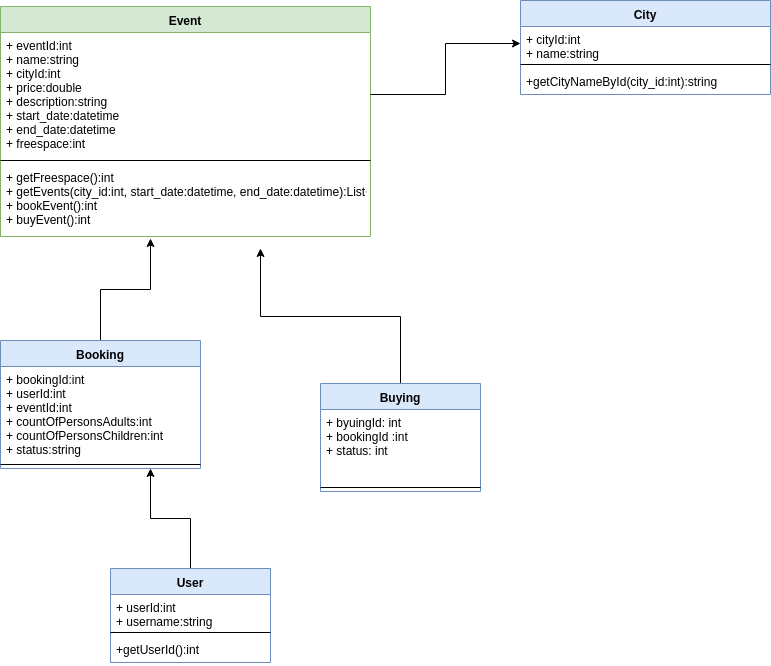
The draw.io diagram classDiagram.png in csu-iit-2019-1/events, before a commit. Source tidied: cells renumbered, new cells last; positions are measured from the earlier drawing's top-left corner, leaving out a move shared by most shapes.
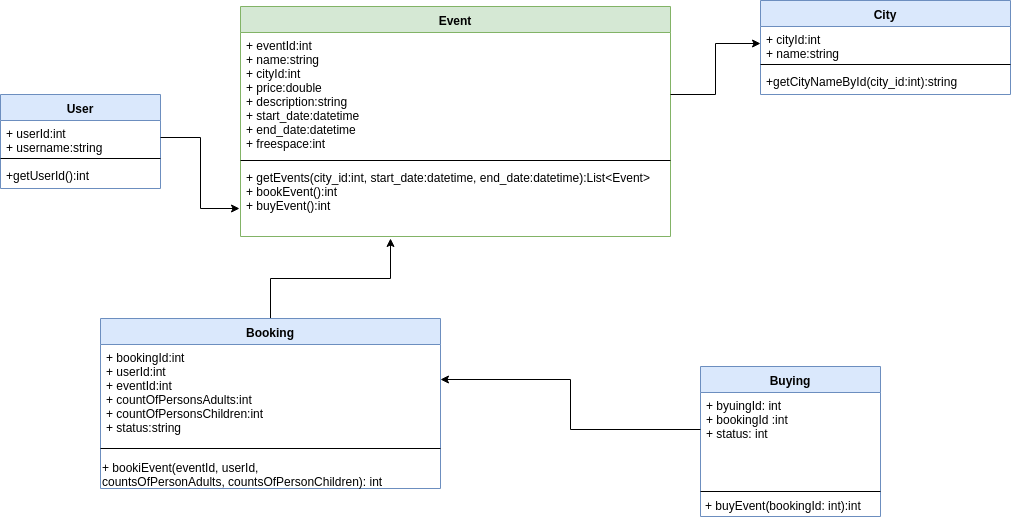
Later version of the same file.

Diff of the diagram source:
```diff
@@ -3,16 +3,16 @@
     <mxCell id="0" />
     <mxCell id="1" parent="0" />
     <mxCell id="2" value="Event" style="swimlane;fontStyle=1;align=center;verticalAlign=top;horizontal=1;startSize=26;fillColor=#d5e8d4;strokeColor=#82b366;" parent="1" vertex="1">
-      <mxGeometry y="6" width="370" height="230" as="geometry" />
+      <mxGeometry y="6" width="430" height="230" as="geometry" />
     </mxCell>
-    <mxCell id="3" value="+ eventId:int&#10;+ name:string&#10;+ cityId:int&#10;+ price:double&#10;+ description:string&#10;+ start_date:datetime&#10;+ end_date:datetime&#10;+ freespace:int&#10;" style="text;strokeColor=none;fillColor=none;align=left;verticalAlign=top;spacingLeft=4;spacingRight=4;overflow=hidden;points=[[0,0.5],[1,0.5]];portConstraint=eastwest;" parent="2" vertex="1">
-      <mxGeometry y="26" width="370" height="124" as="geometry" />
+    <mxCell id="3" value="+ eventId:int&#10;+ name:string&#10;+ cityId:int&#10;+ price:double&#10;+ description:string&#10;+ start_date:datetime&#10;+ end_date:datetime&#10;+ freespace:int&#10;&#10;" style="text;strokeColor=none;fillColor=none;align=left;verticalAlign=top;spacingLeft=4;spacingRight=4;overflow=hidden;points=[[0,0.5],[1,0.5]];portConstraint=eastwest;" parent="2" vertex="1">
+      <mxGeometry y="26" width="430" height="124" as="geometry" />
     </mxCell>
     <mxCell id="4" style="line;strokeWidth=1;fillColor=none;align=left;verticalAlign=middle;spacingTop=-1;spacingLeft=3;spacingRight=3;labelPosition=right;" parent="2" vertex="1">
-      <mxGeometry y="150" width="370" height="8" as="geometry" />
+      <mxGeometry y="150" width="430" height="8" as="geometry" />
     </mxCell>
-    <mxCell id="5" value="+ getFreespace():int&#10;+ getEvents(city_id:int, start_date:datetime, end_date:datetime):List&lt;Event&gt;&#10;+ bookEvent():int&#10;+ buyEvent():int" style="text;strokeColor=none;fillColor=none;align=left;verticalAlign=top;spacingLeft=4;spacingRight=4;overflow=hidden;points=[[0,0.5],[1,0.5]];portConstraint=eastwest;" parent="2" vertex="1">
-      <mxGeometry y="158" width="370" height="72" as="geometry" />
+    <mxCell id="5" value="+ getEvents(city_id:int, start_date:datetime, end_date:datetime):List&lt;Event&gt;&#10;+ bookEvent():int&#10;+ buyEvent():int" style="text;strokeColor=none;fillColor=none;align=left;verticalAlign=top;spacingLeft=4;spacingRight=4;overflow=hidden;points=[[0,0.5],[1,0.5]];portConstraint=eastwest;" parent="2" vertex="1">
+      <mxGeometry y="158" width="430" height="72" as="geometry" />
     </mxCell>
     <mxCell id="6" value="City" style="swimlane;fontStyle=1;align=center;verticalAlign=top;horizontal=1;startSize=26;fillColor=#dae8fc;strokeColor=#6c8ebf;" parent="1" vertex="1">
       <mxGeometry x="520" width="250" height="94" as="geometry" />
@@ -32,33 +32,28 @@
       </mxGeometry>
     </mxCell>
     <mxCell id="11" value="Booking" style="swimlane;fontStyle=1;align=center;verticalAlign=top;horizontal=1;startSize=26;fillColor=#dae8fc;strokeColor=#6c8ebf;" parent="1" vertex="1">
-      <mxGeometry y="340" width="200" height="128" as="geometry" />
+      <mxGeometry x="-140" y="318" width="340" height="170" as="geometry" />
     </mxCell>
     <mxCell id="12" value="+ bookingId:int&#10;+ userId:int&#10;+ eventId:int&#10;+ countOfPersonsAdults:int&#10;+ countOfPersonsChildren:int&#10;+ status:string" style="text;strokeColor=none;fillColor=none;align=left;verticalAlign=top;spacingLeft=4;spacingRight=4;overflow=hidden;points=[[0,0.5],[1,0.5]];portConstraint=eastwest;" parent="11" vertex="1">
-      <mxGeometry y="26" width="200" height="94" as="geometry" />
+      <mxGeometry y="26" width="340" height="94" as="geometry" />
     </mxCell>
     <mxCell id="13" style="line;strokeWidth=1;fillColor=none;align=left;verticalAlign=middle;spacingTop=-1;spacingLeft=3;spacingRight=3;labelPosition=right;" parent="11" vertex="1">
-      <mxGeometry y="120" width="200" height="8" as="geometry" />
+      <mxGeometry y="120" width="340" height="20" as="geometry" />
     </mxCell>
-    <mxCell id="14" style="edgeStyle=orthogonalEdgeStyle;rounded=0;jettySize=auto;html=1;exitX=0.5;exitY=0;exitDx=0;exitDy=0;" parent="1" edge="1" source="15">
-      <mxGeometry relative="1" as="geometry">
-        <mxPoint x="260" y="248" as="targetPoint" />
-      </mxGeometry>
-    </mxCell>
+    <mxCell id="24" value="+ bookiEvent(eventId, userId, &lt;br&gt;countsOfPersonAdults, countsOfPersonChildren): int" style="text;html=1;align=left;verticalAlign=top;spacingTop=-4;" parent="11" vertex="1">
+      <mxGeometry y="140" width="340" height="30" as="geometry" />
+    </mxCell>
     <mxCell id="15" value="Buying" style="swimlane;fontStyle=1;align=center;verticalAlign=top;horizontal=1;startSize=26;fillColor=#dae8fc;strokeColor=#6c8ebf;" parent="1" vertex="1">
-      <mxGeometry x="320" y="383" width="160" height="108" as="geometry" />
+      <mxGeometry x="460" y="366" width="180" height="150" as="geometry" />
     </mxCell>
     <mxCell id="16" value="+ byuingId: int&#10;+ bookingId :int&#10;+ status: int" style="text;strokeColor=none;fillColor=none;align=left;verticalAlign=top;spacingLeft=4;spacingRight=4;overflow=hidden;points=[[0,0.5],[1,0.5]];portConstraint=eastwest;" parent="15" vertex="1">
-      <mxGeometry y="26" width="160" height="74" as="geometry" />
+      <mxGeometry y="26" width="180" height="74" as="geometry" />
     </mxCell>
     <mxCell id="17" style="line;strokeWidth=1;fillColor=none;align=left;verticalAlign=middle;spacingTop=-1;spacingLeft=3;spacingRight=3;labelPosition=right;" parent="15" vertex="1">
-      <mxGeometry y="100" width="160" height="8" as="geometry" />
+      <mxGeometry y="100" width="180" height="50" as="geometry" />
     </mxCell>
-    <mxCell id="18" style="edgeStyle=orthogonalEdgeStyle;rounded=0;jettySize=auto;html=1;exitX=0.5;exitY=0;exitDx=0;exitDy=0;entryX=0.75;entryY=1;entryDx=0;entryDy=0;" parent="1" edge="1" source="19" target="11">
-      <mxGeometry relative="1" as="geometry" />
-    </mxCell>
     <mxCell id="19" value="User" style="swimlane;fontStyle=1;align=center;verticalAlign=top;horizontal=1;startSize=26;fillColor=#dae8fc;strokeColor=#6c8ebf;" parent="1" vertex="1">
-      <mxGeometry x="110" y="568" width="160" height="94" as="geometry" />
+      <mxGeometry x="-240" y="94" width="160" height="94" as="geometry" />
     </mxCell>
     <mxCell id="20" value="+ userId:int&#10;+ username:string&#10;" style="text;strokeColor=none;fillColor=none;align=left;verticalAlign=top;spacingLeft=4;spacingRight=4;overflow=hidden;points=[[0,0.5],[1,0.5]];portConstraint=eastwest;" parent="19" vertex="1">
       <mxGeometry y="26" width="160" height="34" as="geometry" />
@@ -72,5 +67,14 @@
     <mxCell id="23" style="edgeStyle=orthogonalEdgeStyle;rounded=0;jettySize=auto;html=1;exitX=1;exitY=0.5;exitDx=0;exitDy=0;" parent="1" edge="1" source="3" target="7">
       <mxGeometry relative="1" as="geometry" />
     </mxCell>
+    <mxCell id="25" style="edgeStyle=orthogonalEdgeStyle;rounded=0;jettySize=auto;html=1;exitX=0;exitY=0.5;exitDx=0;exitDy=0;entryX=1;entryY=0.372;entryDx=0;entryDy=0;entryPerimeter=0;" parent="1" edge="1" source="16" target="12">
+      <mxGeometry relative="1" as="geometry" />
+    </mxCell>
+    <mxCell id="26" style="edgeStyle=orthogonalEdgeStyle;rounded=0;jettySize=auto;html=1;exitX=1;exitY=0.5;exitDx=0;exitDy=0;entryX=-0.002;entryY=0.611;entryDx=0;entryDy=0;entryPerimeter=0;" parent="1" edge="1" source="20" target="5">
+      <mxGeometry relative="1" as="geometry" />
+    </mxCell>
+    <mxCell id="27" value="+ buyEvent(bookingId: int):int" style="text;html=1;align=left;verticalAlign=top;spacingTop=-4;" parent="1" vertex="1">
+      <mxGeometry x="463" y="496" width="170" height="20" as="geometry" />
+    </mxCell>
   </root>
 </mxGraphModel>
```
